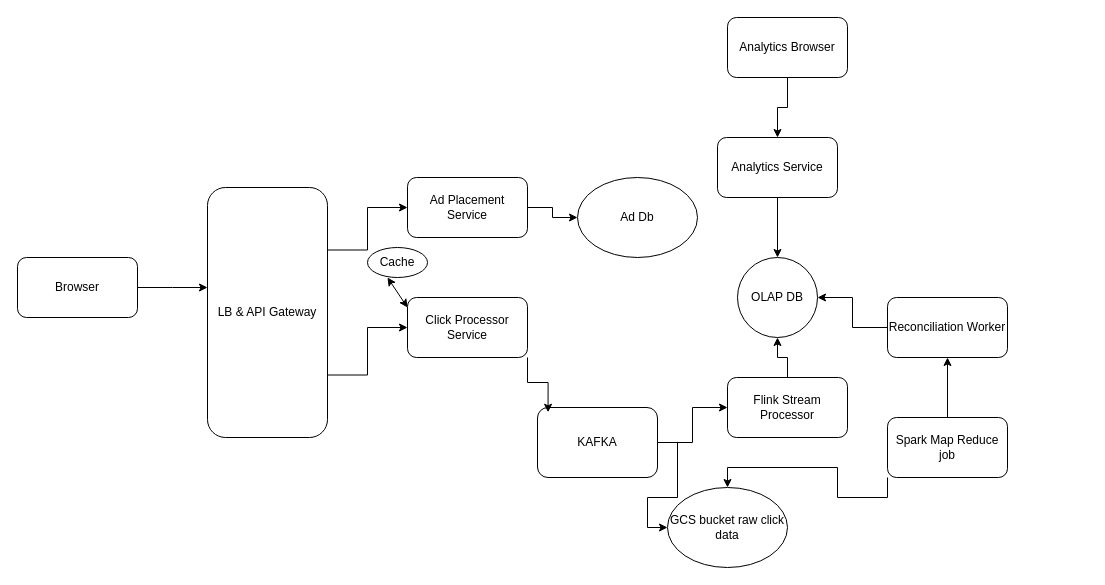
The draw.io diagram AdClickAggregator.drawio in PraSri/MyCodeLib, before the edit. Source tidied: cells renumbered, new cells numbered last; positions are measured from the earlier drawing's top-left corner, leaving out a move shared by most shapes. Both pictures are drawn from the tidied source at 100%, with x=0, y=0 at pixel (17, 17).
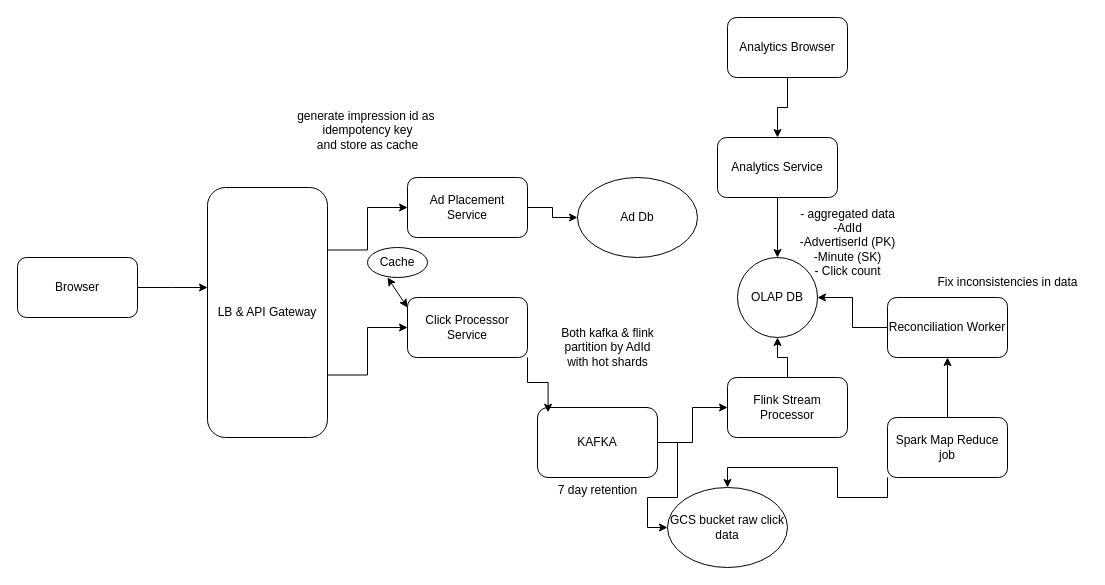
After the change.

What changed in the source:
```diff
@@
+    <mxCell id="30" value="generate impression id as&amp;nbsp;&lt;div&gt;idempotency key&lt;/div&gt;&lt;div&gt;and store as cache&lt;/div&gt;" style="text;html=1;align=center;verticalAlign=middle;strokeColor=none;fillColor=none;" parent="1" vertex="1">
+      <mxGeometry x="270" y="83" width="160" height="60" as="geometry" />
+    </mxCell>
+    <mxCell id="31" value="Both kafka &amp;amp; flink&lt;div&gt;partition by AdId&lt;/div&gt;&lt;div&gt;with hot shards&lt;/div&gt;" style="text;html=1;align=center;verticalAlign=middle;strokeColor=none;fillColor=none;" parent="1" vertex="1">
+      <mxGeometry x="530" y="300" width="120" height="60" as="geometry" />
+    </mxCell>
+    <mxCell id="32" value="7 day retention" style="text;html=1;align=center;verticalAlign=middle;strokeColor=none;fillColor=none;" parent="1" vertex="1">
+      <mxGeometry x="530" y="458" width="100" height="30" as="geometry" />
+    </mxCell>
+    <mxCell id="33" value="- aggregated data&lt;div&gt;-AdId&lt;/div&gt;&lt;div&gt;-AdvertiserId (PK)&lt;/div&gt;&lt;div&gt;-Minute (SK)&lt;/div&gt;&lt;div&gt;- Click count&lt;/div&gt;" style="text;html=1;align=center;verticalAlign=middle;strokeColor=none;fillColor=none;" parent="1" vertex="1">
+      <mxGeometry x="770" y="180" width="120" height="90" as="geometry" />
+    </mxCell>
+    <mxCell id="34" value="Fix inconsistencies in data" style="text;html=1;align=center;verticalAlign=middle;strokeColor=none;fillColor=none;" parent="1" vertex="1">
+      <mxGeometry x="910" y="250" width="160" height="30" as="geometry" />
+    </mxCell>
```
